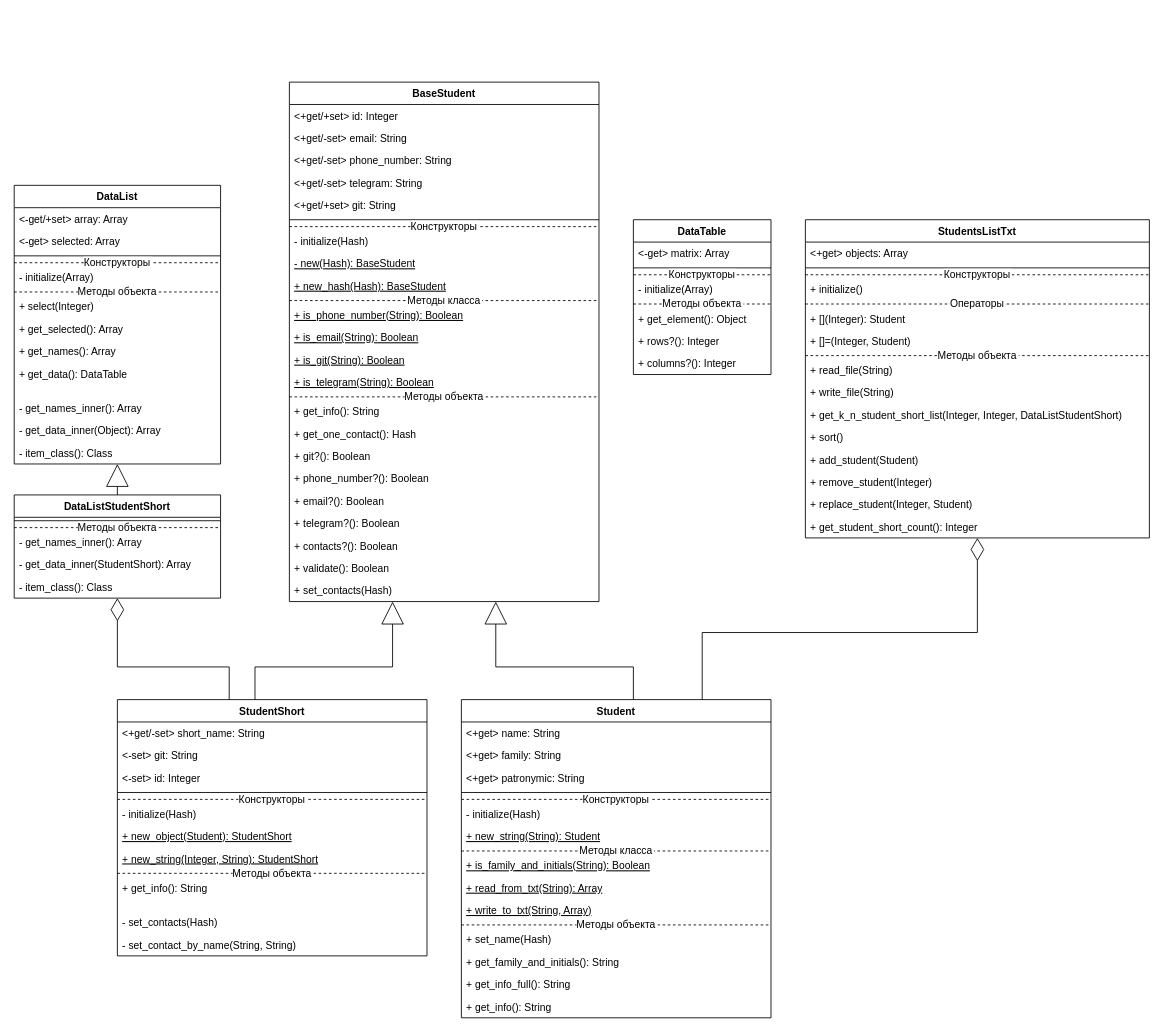
KirSaxhlil/PatternLabs keeps this draw.io diagram as lab2/docs/ClassDiagram.drawio. Above is the earlier version. Source tidied: cells renumbered, new cells numbered last; positions are measured from the earlier drawing's top-left corner, leaving out a move shared by most shapes. Both pictures are drawn from the tidied source at 86%, with x=0, y=0 at pixel (14, 82).
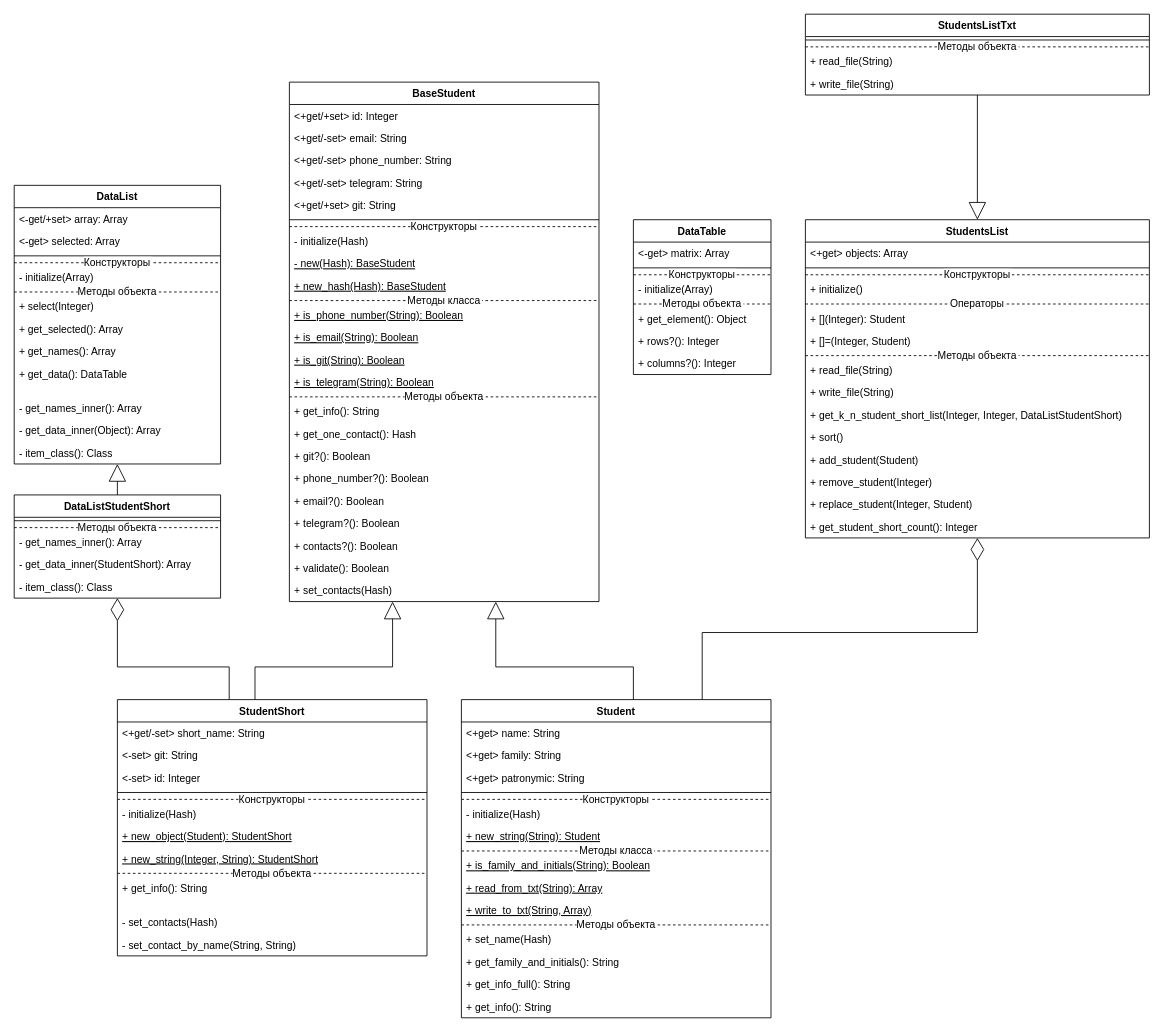
The same diagram, later.

Commit message (it also covers changes not shown here):
Лаб.2 Здч.4-4 Выделен суперкласс "StudentsList"

The change refers to these unchanged cells:
```xml
<mxCell id="2" value="Student" style="swimlane;fontStyle=1;align=center;verticalAlign=top;horizontal=1;startSize=26;fillColor=default;swimlaneFillColor=default;" parent="1" vertex="1">
  <mxGeometry x="520" y="718" width="360" height="370" as="geometry" />
</mxCell>
<mxCell id="19" value="BaseStudent" style="swimlane;fontStyle=1;align=center;verticalAlign=top;horizontal=1;startSize=26;fillColor=default;swimlaneFillColor=default;" parent="1" vertex="1">
  <mxGeometry x="320" width="360" height="604" as="geometry" />
</mxCell>
<mxCell id="46" value="StudentShort" style="swimlane;fontStyle=1;align=center;verticalAlign=top;horizontal=1;startSize=26;fillColor=default;swimlaneFillColor=default;" parent="1" vertex="1">
  <mxGeometry x="120" y="718" width="360" height="298" as="geometry" />
</mxCell>
<mxCell id="70" value="DataList" style="swimlane;fontStyle=1;align=center;verticalAlign=top;horizontal=1;startSize=26;swimlaneFillColor=default;" parent="1" vertex="1">
  <mxGeometry y="120" width="240" height="324" as="geometry" />
</mxCell>
<mxCell id="85" value="DataListStudentShort" style="swimlane;fontStyle=1;align=center;verticalAlign=top;horizontal=1;startSize=26;swimlaneFillColor=default;" parent="1" vertex="1">
  <mxGeometry y="480" width="240" height="120" as="geometry" />
</mxCell>
```

The edit, as a diff of the source:
```diff
@@
-    <mxCell id="45" style="endArrow=block;html=1;rounded=0;endFill=0;jumpSize=6;endSize=24;edgeStyle=orthogonalEdgeStyle;" parent="1" edge="1" source="2" target="19">
+    <mxCell id="45" style="endArrow=block;html=1;rounded=0;endFill=0;jumpSize=6;endSize=18;edgeStyle=orthogonalEdgeStyle;" parent="1" edge="1" source="2" target="19">
       <mxGeometry relative="1" as="geometry">
         <Array as="points">
           <mxPoint x="720" y="680" />
           <mxPoint x="560" y="680" />
         </Array>
       </mxGeometry>
     </mxCell>
@@
-    <mxCell id="60" style="endArrow=block;html=1;rounded=0;endFill=0;jumpSize=6;endSize=24;edgeStyle=orthogonalEdgeStyle;" parent="1" edge="1" source="46" target="19">
+    <mxCell id="60" style="endArrow=block;html=1;rounded=0;endFill=0;jumpSize=6;endSize=18;edgeStyle=orthogonalEdgeStyle;" parent="1" edge="1" source="46" target="19">
       <mxGeometry relative="1" as="geometry">
         <Array as="points">
           <mxPoint x="280" y="680" />
           <mxPoint x="440" y="680" />
         </Array>
       </mxGeometry>
     </mxCell>
@@
-    <mxCell id="91" style="endArrow=block;html=1;rounded=0;endFill=0;jumpSize=6;endSize=24;edgeStyle=orthogonalEdgeStyle;" parent="1" edge="1" source="85" target="70">
+    <mxCell id="91" style="endArrow=block;html=1;rounded=0;endFill=0;jumpSize=6;endSize=18;edgeStyle=orthogonalEdgeStyle;" parent="1" edge="1" source="85" target="70">
       <mxGeometry relative="1" as="geometry">
         <Array as="points">
           <mxPoint x="140" y="480" />
           <mxPoint x="140" y="480" />
         </Array>
       </mxGeometry>
     </mxCell>
@@
-    <mxCell id="93" value="StudentsListTxt" style="swimlane;fontStyle=1;align=center;verticalAlign=top;horizontal=1;startSize=26;strokeWidth=1;swimlaneFillColor=default;" parent="1" vertex="1">
+    <mxCell id="93" value="StudentsList" style="swimlane;fontStyle=1;align=center;verticalAlign=top;horizontal=1;startSize=26;strokeWidth=1;swimlaneFillColor=default;" parent="1" vertex="1">
       <mxGeometry x="920" y="160" width="400" height="370" as="geometry" />
     </mxCell>
@@
+    <mxCell id="111" value="StudentsListTxt" style="swimlane;fontStyle=1;align=center;verticalAlign=top;horizontal=1;startSize=26;strokeWidth=1;swimlaneFillColor=default;" parent="1" vertex="1">
+      <mxGeometry x="920" y="-79" width="400" height="94" as="geometry" />
+    </mxCell>
+    <mxCell id="112" style="line;strokeWidth=1;fillColor=none;align=left;verticalAlign=middle;spacingTop=-1;spacingLeft=3;spacingRight=3;labelPosition=right;strokeColor=inherit;" parent="111" vertex="1">
+      <mxGeometry y="26" width="400" height="8" as="geometry" />
+    </mxCell>
+    <mxCell id="113" value="Методы объекта" style="line;strokeWidth=1;fillColor=none;align=center;verticalAlign=middle;spacingTop=-1;spacingLeft=3;spacingRight=3;labelPosition=center;strokeColor=inherit;dashed=1;verticalLabelPosition=middle;" parent="111" vertex="1">
+      <mxGeometry y="34" width="400" height="8" as="geometry" />
+    </mxCell>
+    <mxCell id="114" value="+ read_file(String)" style="text;strokeColor=none;fillColor=none;align=left;verticalAlign=top;spacingLeft=4;spacingRight=4;overflow=hidden;dashed=1;strokeWidth=1;" parent="111" vertex="1">
+      <mxGeometry y="42" width="400" height="26" as="geometry" />
+    </mxCell>
+    <mxCell id="115" value="+ write_file(String)" style="text;strokeColor=none;fillColor=none;align=left;verticalAlign=top;spacingLeft=4;spacingRight=4;overflow=hidden;dashed=1;strokeWidth=1;" parent="111" vertex="1">
+      <mxGeometry y="68" width="400" height="26" as="geometry" />
+    </mxCell>
+    <mxCell id="116" style="endArrow=block;endFill=0;endSize=18;html=1;rounded=0;" parent="1" edge="1" source="111" target="93">
+      <mxGeometry relative="1" as="geometry" />
+    </mxCell>
```
